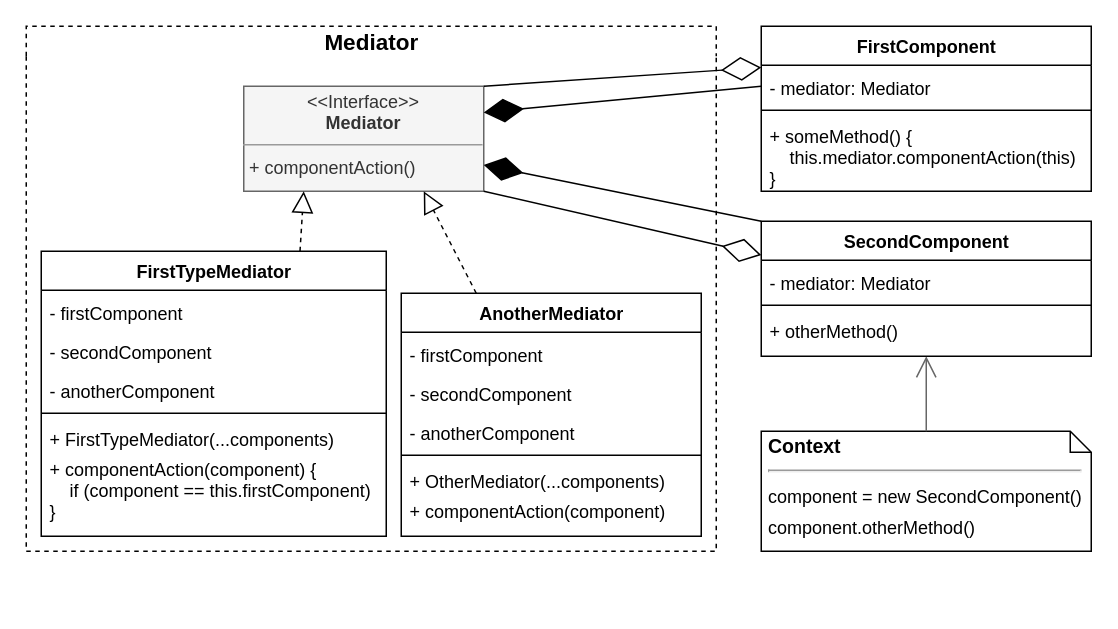
vhood/design-patterns keeps this draw.io diagram as docs/UML/Mediator.drawio. Above is the earlier version. Source tidied: cells renumbered, new cells numbered last; positions are measured from the earlier drawing's top-left corner, leaving out a move shared by most shapes. Both pictures are drawn from the tidied source at 150%, with x=0, y=0 at pixel (26, 26).
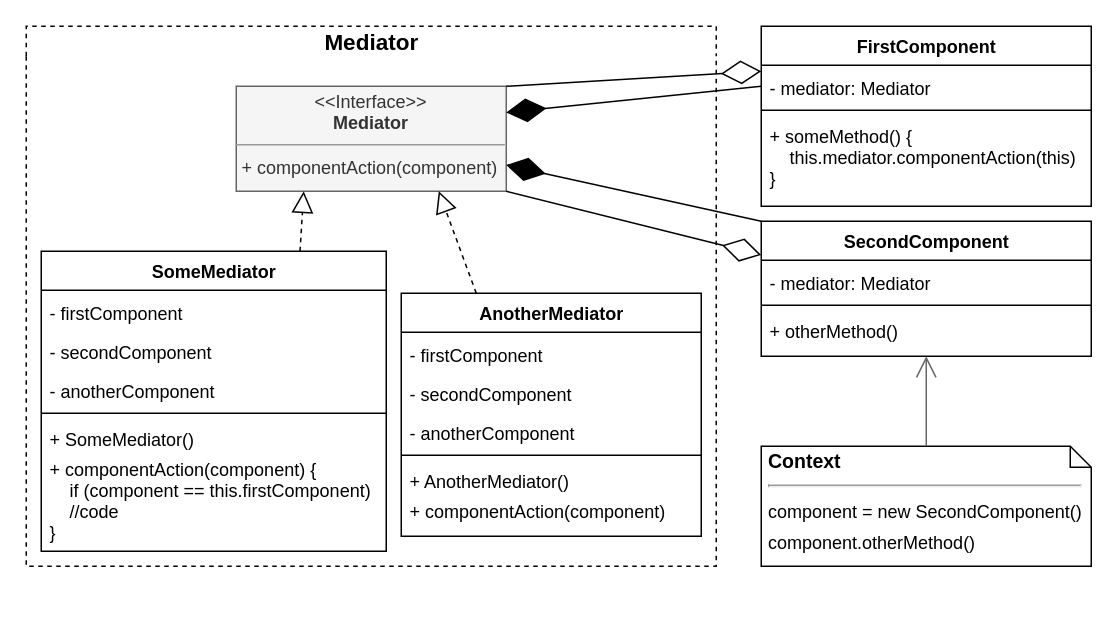
After the change.

Commit message (it also covers changes not shown here):
fix: Mediator UML, docs: update Mediator image

Unchanged cells that the change refers to:
```xml
<mxCell id="4" value="AnotherMediator" style="swimlane;fontStyle=1;align=center;verticalAlign=top;horizontal=1;startSize=26;rounded=0;shadow=0;glass=0;comic=0;strokeWidth=1;fontSize=12;labelBackgroundColor=none;fillColor=#ffffff;html=1;" parent="2" vertex="1">
  <mxGeometry x="250" y="178" width="200" height="162" as="geometry" />
</mxCell>
```

The edit, as a diff of the source:
```diff
@@
     <mxCell id="2" value="Mediator" style="swimlane;html=1;horizontal=1;startSize=20;fillColor=none;strokeColor=#000000;rounded=0;comic=0;fontSize=15;dashed=1;swimlaneLine=0;shadow=0;glass=0;perimeterSpacing=0;labelBackgroundColor=none;" parent="1" vertex="1">
-      <mxGeometry width="460" height="350" as="geometry" />
+      <mxGeometry width="460" height="360" as="geometry" />
     </mxCell>
-    <mxCell id="3" value="&lt;p style=&quot;margin: 4px 0px 0px ; text-align: center ; line-height: 120%&quot;&gt;&lt;span&gt;&amp;lt;&amp;lt;Interface&amp;gt;&amp;gt;&lt;/span&gt;&lt;br&gt;&lt;b&gt;Mediator&lt;/b&gt;&lt;/p&gt;&lt;hr size=&quot;1&quot;&gt;&lt;p style=&quot;margin: 0px 0px 0px 4px ; line-height: 160%&quot;&gt;+ componentAction()&lt;br&gt;&lt;/p&gt;" style="verticalAlign=top;align=left;overflow=fill;fontSize=12;fontFamily=Helvetica;html=1;rounded=0;shadow=0;glass=0;comic=0;labelBackgroundColor=none;labelBorderColor=none;imageAspect=1;noLabel=0;portConstraintRotation=0;snapToPoint=0;spacingLeft=0;spacingRight=0;fontStyle=0;fillColor=#f5f5f5;strokeColor=#666666;fontColor=#333333;" parent="2" vertex="1">
-      <mxGeometry x="145" y="40" width="160" height="70" as="geometry" />
+    <mxCell id="3" value="&lt;p style=&quot;margin: 4px 0px 0px ; text-align: center ; line-height: 120%&quot;&gt;&lt;span&gt;&amp;lt;&amp;lt;Interface&amp;gt;&amp;gt;&lt;/span&gt;&lt;br&gt;&lt;b&gt;Mediator&lt;/b&gt;&lt;/p&gt;&lt;hr size=&quot;1&quot;&gt;&lt;p style=&quot;margin: 0px 0px 0px 4px ; line-height: 160%&quot;&gt;+ componentAction(component)&lt;br&gt;&lt;/p&gt;" style="verticalAlign=top;align=left;overflow=fill;fontSize=12;fontFamily=Helvetica;html=1;rounded=0;shadow=0;glass=0;comic=0;labelBackgroundColor=none;labelBorderColor=none;imageAspect=1;noLabel=0;portConstraintRotation=0;snapToPoint=0;spacingLeft=0;spacingRight=0;fontStyle=0;fillColor=#f5f5f5;strokeColor=#666666;fontColor=#333333;" parent="2" vertex="1">
+      <mxGeometry x="140" y="40" width="180" height="70" as="geometry" />
     </mxCell>
@@
-    <mxCell id="9" value="+ OtherMediator(...components)" style="text;strokeColor=none;fillColor=none;align=left;verticalAlign=top;spacingLeft=4;spacingRight=4;overflow=hidden;" parent="4" vertex="1">
+    <mxCell id="9" value="+ AnotherMediator()" style="text;strokeColor=none;fillColor=none;align=left;verticalAlign=top;spacingLeft=4;spacingRight=4;overflow=hidden;" parent="4" vertex="1">
       <mxGeometry y="112" width="200" height="20" as="geometry" />
     </mxCell>
@@
-    <mxCell id="11" value="FirstTypeMediator" style="swimlane;fontStyle=1;align=center;verticalAlign=top;horizontal=1;startSize=26;rounded=0;shadow=0;glass=0;comic=0;strokeWidth=1;fontSize=12;labelBackgroundColor=none;fillColor=#ffffff;html=1;" parent="2" vertex="1">
-      <mxGeometry x="10" y="150" width="230" height="190" as="geometry" />
+    <mxCell id="11" value="SomeMediator" style="swimlane;fontStyle=1;align=center;verticalAlign=top;horizontal=1;startSize=26;rounded=0;shadow=0;glass=0;comic=0;strokeWidth=1;fontSize=12;labelBackgroundColor=none;fillColor=#ffffff;html=1;" parent="2" vertex="1">
+      <mxGeometry x="10" y="150" width="230" height="200" as="geometry" />
     </mxCell>
@@
-    <mxCell id="16" value="+ FirstTypeMediator(...components)" style="text;strokeColor=none;fillColor=none;align=left;verticalAlign=top;spacingLeft=4;spacingRight=4;overflow=hidden;" parent="11" vertex="1">
+    <mxCell id="16" value="+ SomeMediator()" style="text;strokeColor=none;fillColor=none;align=left;verticalAlign=top;spacingLeft=4;spacingRight=4;overflow=hidden;" parent="11" vertex="1">
       <mxGeometry y="112" width="230" height="20" as="geometry" />
     </mxCell>
-    <mxCell id="17" value="+ componentAction(component) {&#10;    if (component == this.firstComponent)&#10;}" style="text;strokeColor=none;fillColor=none;align=left;verticalAlign=top;spacingLeft=4;spacingRight=4;overflow=hidden;" parent="11" vertex="1">
-      <mxGeometry y="132" width="230" height="58" as="geometry" />
+    <mxCell id="17" value="+ componentAction(component) {&#10;    if (component == this.firstComponent)&#10;    //code&#10;}" style="text;strokeColor=none;fillColor=none;align=left;verticalAlign=top;spacingLeft=4;spacingRight=4;overflow=hidden;" parent="11" vertex="1">
+      <mxGeometry y="132" width="230" height="68" as="geometry" />
     </mxCell>
@@
     <mxCell id="22" value="&lt;p style=&quot;line-height: 20%&quot;&gt;Context&lt;br&gt;&lt;/p&gt;&lt;hr&gt;&lt;span style=&quot;font-size: 12px ; font-weight: 400 ; line-height: 170%&quot;&gt;component = new SecondComponent()&lt;br&gt;component.otherMethod()&lt;br&gt;&lt;/span&gt;&lt;br&gt;&lt;p&gt;&lt;/p&gt;" style="shape=note;size=14;verticalAlign=top;align=left;spacingTop=-13;rounded=0;shadow=0;glass=0;comic=0;strokeColor=#000000;fillColor=none;fontSize=13;fontStyle=1;labelBorderColor=none;whiteSpace=wrap;html=1;spacingLeft=0;spacingBottom=0;spacingRight=0;spacing=5;labelBackgroundColor=none;" parent="1" vertex="1">
-      <mxGeometry x="490" y="270" width="220" height="80" as="geometry" />
+      <mxGeometry x="490" y="280" width="220" height="80" as="geometry" />
     </mxCell>
@@
     <mxCell id="26" value="FirstComponent" style="swimlane;fontStyle=1;align=center;verticalAlign=top;horizontal=1;startSize=26;rounded=0;shadow=0;glass=0;comic=0;strokeWidth=1;fontSize=12;labelBackgroundColor=none;fillColor=#ffffff;html=1;" parent="1" vertex="1">
-      <mxGeometry x="490" width="220" height="110" as="geometry" />
+      <mxGeometry x="490" width="220" height="120" as="geometry" />
     </mxCell>
@@
     <mxCell id="29" value="+ someMethod() {&#10;    this.mediator.componentAction(this)&#10;}" style="text;strokeColor=none;fillColor=none;align=left;verticalAlign=top;spacingLeft=4;spacingRight=4;overflow=hidden;" parent="26" vertex="1">
-      <mxGeometry y="60" width="220" height="50" as="geometry" />
+      <mxGeometry y="60" width="220" height="60" as="geometry" />
     </mxCell>
```
